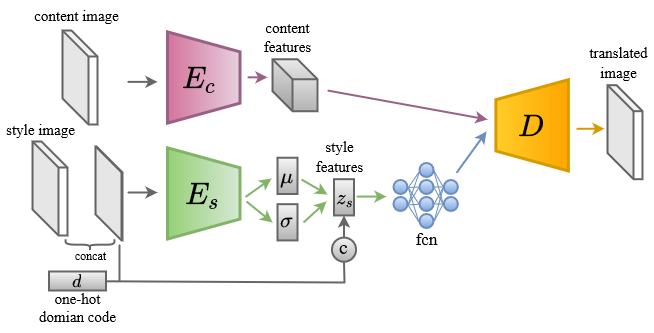
Before: images/adainmodel.png, a diagram exported from draw.io (kartikkadur/MasterThesis). Source tidied: cells renumbered, new cells last; positions are measured from the earlier drawing's top-left corner, leaving out a move shared by most shapes.
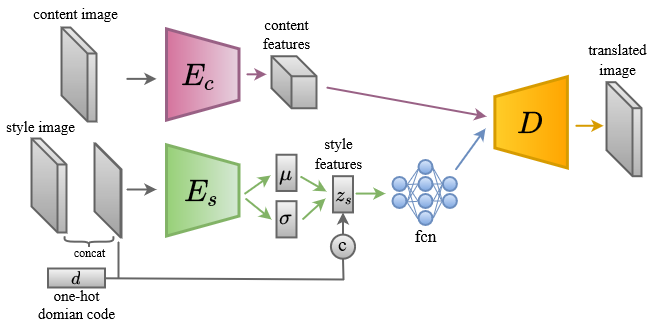
The same file after the commit.

The edit, as a diff of the source:
```diff
@@ -66,10 +66,10 @@
       </mxGeometry>
     </mxCell>
     <mxCell id="15" value="&lt;font style=&quot;font-size: 15px&quot;&gt;content image&lt;/font&gt;" style="text;html=1;align=center;verticalAlign=middle;fillColor=none;strokeColor=none;rounded=0;fontFamily=Times New Roman;fontSize=17;" parent="1" vertex="1">
-      <mxGeometry x="25.5" width="100" height="30" as="geometry" />
+      <mxGeometry x="28.5" y="3" width="95" height="25" as="geometry" />
     </mxCell>
     <mxCell id="16" value="&lt;font style=&quot;font-size: 15px&quot;&gt;style image&lt;/font&gt;" style="text;html=1;align=center;verticalAlign=middle;fillColor=none;strokeColor=none;rounded=0;fontFamily=Times New Roman;fontSize=17;" parent="1" vertex="1">
-      <mxGeometry y="113.6" width="80" height="30" as="geometry" />
+      <mxGeometry x="1" y="116.6" width="79" height="25" as="geometry" />
     </mxCell>
     <mxCell id="17" value="&lt;div style=&quot;font-size: 15px&quot;&gt;&lt;font style=&quot;font-size: 15px&quot;&gt;one-hot &lt;br&gt;&lt;/font&gt;&lt;/div&gt;&lt;div style=&quot;font-size: 15px&quot;&gt;&lt;font style=&quot;font-size: 15px&quot;&gt;domian code&lt;/font&gt;&lt;/div&gt;" style="text;html=1;align=center;verticalAlign=middle;fillColor=none;strokeColor=none;rounded=0;fontFamily=Times New Roman;fontSize=17;" parent="1" vertex="1">
       <mxGeometry x="32" y="282" width="90" height="50" as="geometry" />
@@ -188,16 +188,16 @@
     <mxCell id="50" value="c" style="text;html=1;align=center;verticalAlign=middle;fillColor=none;strokeColor=none;rounded=0;fontFamily=Times New Roman;fontSize=20;" parent="1" vertex="1">
       <mxGeometry x="333.5" y="232.2" width="19" height="28" as="geometry" />
     </mxCell>
-    <mxCell id="51" style="shape=cube;whiteSpace=wrap;html=1;boundedLbl=1;backgroundOutline=1;darkOpacity=0.05;darkOpacity2=0.1;fontFamily=Times New Roman;fontSize=20;strokeWidth=2;fillColor=none;gradientColor=#b3b3b3;strokeColor=#666666;size=26;" parent="1" vertex="1">
+    <mxCell id="51" style="shape=cube;whiteSpace=wrap;html=1;boundedLbl=1;backgroundOutline=1;darkOpacity=0.05;darkOpacity2=0.1;fontFamily=Times New Roman;fontSize=20;strokeWidth=2;fillColor=#f5f5f5;gradientColor=#b3b3b3;strokeColor=#666666;size=26;" parent="1" vertex="1">
       <mxGeometry x="62" y="30" width="35" height="94" as="geometry" />
     </mxCell>
     <mxCell id="52" style="shape=cube;whiteSpace=wrap;html=1;boundedLbl=1;backgroundOutline=1;darkOpacity=0.05;darkOpacity2=0.1;fontFamily=Times New Roman;fontSize=20;strokeWidth=2;fillColor=#f5f5f5;gradientColor=#b3b3b3;strokeColor=#666666;" parent="1" vertex="1">
       <mxGeometry x="272" y="58.8" width="45" height="52" as="geometry" />
     </mxCell>
-    <mxCell id="53" style="shape=cube;whiteSpace=wrap;html=1;boundedLbl=1;backgroundOutline=1;darkOpacity=0.05;darkOpacity2=0.1;fontFamily=Times New Roman;fontSize=20;strokeWidth=2;fillColor=none;gradientColor=#b3b3b3;strokeColor=#666666;size=26;" parent="1" vertex="1">
+    <mxCell id="53" style="shape=cube;whiteSpace=wrap;html=1;boundedLbl=1;backgroundOutline=1;darkOpacity=0.05;darkOpacity2=0.1;fontFamily=Times New Roman;fontSize=20;strokeWidth=2;fillColor=#f5f5f5;gradientColor=#b3b3b3;strokeColor=#666666;size=26;" parent="1" vertex="1">
       <mxGeometry x="32" y="141" width="35" height="94" as="geometry" />
     </mxCell>
-    <mxCell id="54" style="shape=cube;whiteSpace=wrap;html=1;boundedLbl=1;backgroundOutline=1;darkOpacity=0.05;darkOpacity2=0.1;fontFamily=Times New Roman;fontSize=20;strokeWidth=2;fillColor=none;gradientColor=#b3b3b3;strokeColor=#666666;size=26;" parent="1" vertex="1">
+    <mxCell id="54" style="shape=cube;whiteSpace=wrap;html=1;boundedLbl=1;backgroundOutline=1;darkOpacity=0.05;darkOpacity2=0.1;fontFamily=Times New Roman;fontSize=20;strokeWidth=2;fillColor=#f5f5f5;gradientColor=#b3b3b3;strokeColor=#666666;size=26;" parent="1" vertex="1">
       <mxGeometry x="95" y="145.9" width="27" height="94" as="geometry" />
     </mxCell>
     <mxCell id="55" value="fcn" style="text;html=1;align=center;verticalAlign=middle;fillColor=none;strokeColor=none;rounded=0;fontFamily=Times New Roman;fontSize=17;" parent="1" vertex="1">
@@ -209,7 +209,7 @@
     <mxCell id="57" value="concat" style="text;html=1;align=center;verticalAlign=middle;fillColor=none;strokeColor=none;rounded=0;fontFamily=Times New Roman;fontSize=12;" parent="1" vertex="1">
       <mxGeometry x="69" y="246" width="41" height="18" as="geometry" />
     </mxCell>
-    <mxCell id="58" style="shape=cube;whiteSpace=wrap;html=1;boundedLbl=1;backgroundOutline=1;darkOpacity=0.05;darkOpacity2=0.1;fontFamily=Times New Roman;fontSize=20;strokeWidth=2;fillColor=none;gradientColor=#b3b3b3;strokeColor=#666666;size=26;" parent="1" vertex="1">
+    <mxCell id="58" style="shape=cube;whiteSpace=wrap;html=1;boundedLbl=1;backgroundOutline=1;darkOpacity=0.05;darkOpacity2=0.1;fontFamily=Times New Roman;fontSize=20;strokeWidth=2;fillColor=#f5f5f5;gradientColor=#b3b3b3;strokeColor=#666666;size=26;" parent="1" vertex="1">
       <mxGeometry x="607" y="84.7" width="35" height="94" as="geometry" />
     </mxCell>
     <mxCell id="59" style="rounded=0;whiteSpace=wrap;html=1;strokeWidth=2;fillColor=#f5f5f5;gradientColor=#b3b3b3;strokeColor=#666666;" parent="1" vertex="1">
```
